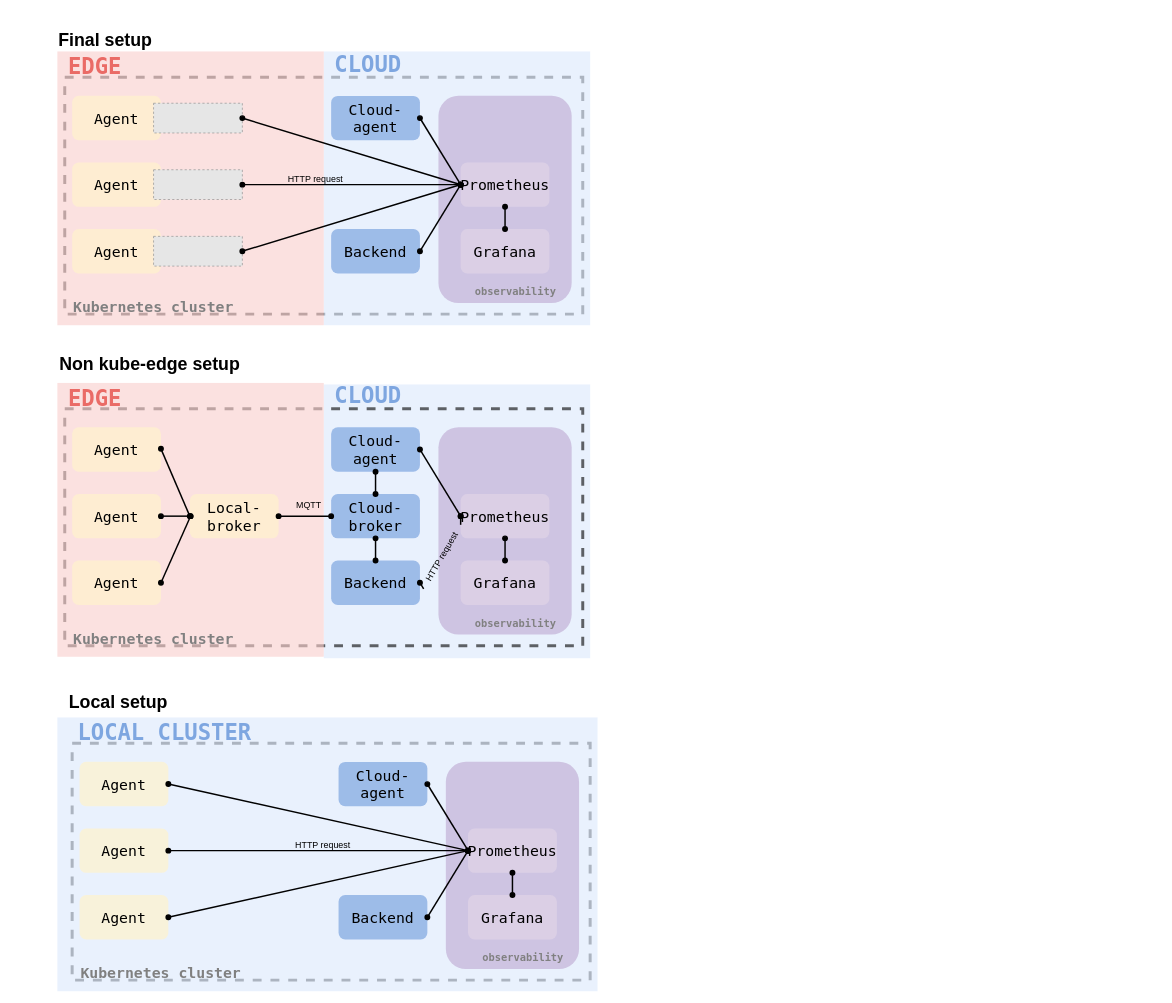
Above: docs/diagrams/observability.drawio in mactat/map-pacer (draw.io), before the change. Source tidied: cells renumbered, new cells numbered last; positions are measured from the earlier drawing's top-left corner, leaving out a move shared by most shapes. Both pictures are drawn from the tidied source at 74%, with x=0, y=0 at pixel (13, 29). Pictures stored in the file or linked from it are replaced by grey dashed boxes.
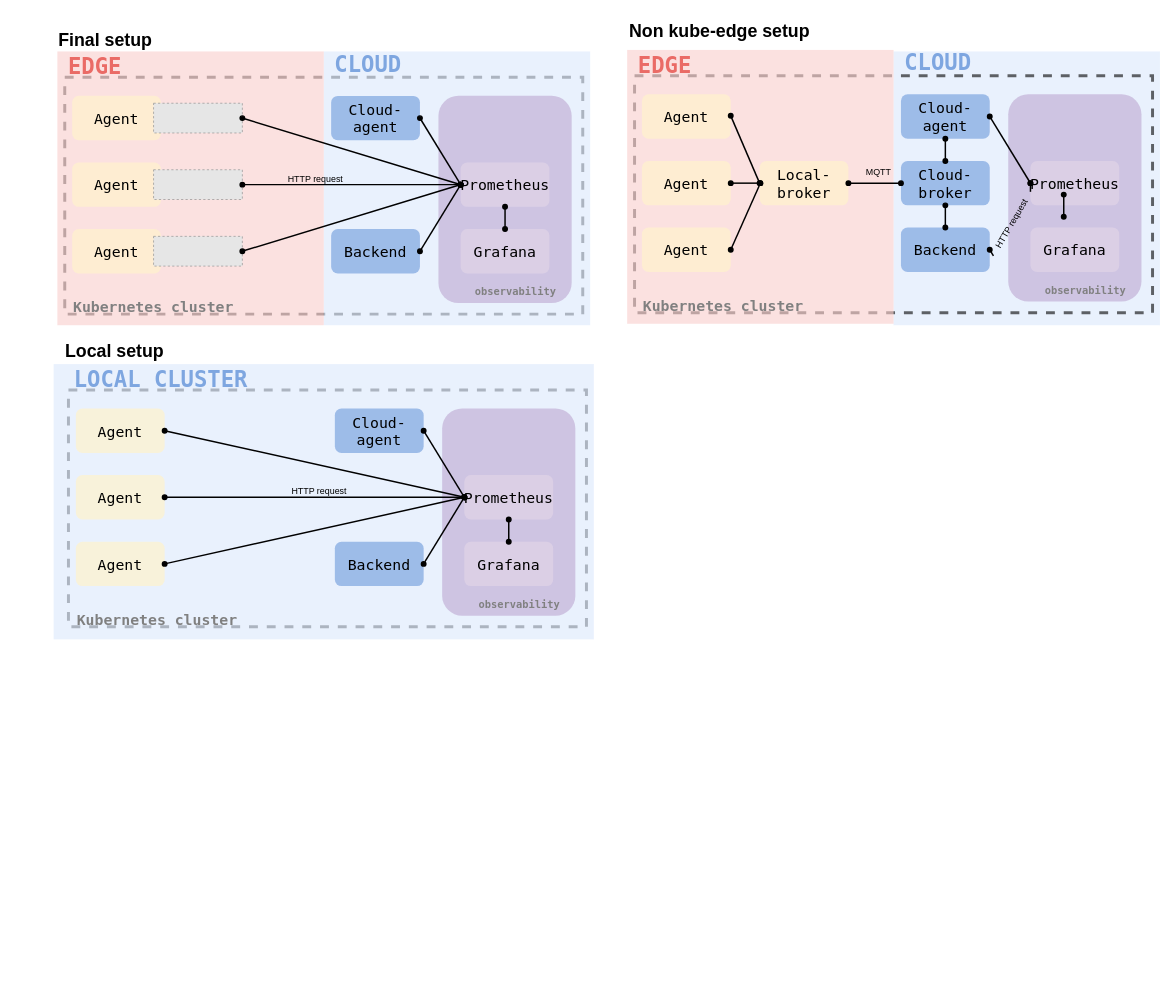
After the change.

Diff of the diagram source:
```diff
@@
     <mxCell id="2" style="rounded=0;whiteSpace=wrap;html=1;fontFamily=Lucida Console;fontSize=20;fillColor=#dae8fc;strokeColor=none;opacity=60;" parent="1" vertex="1">
-      <mxGeometry x="420" y="480" width="360" height="370" as="geometry" />
+      <mxGeometry x="1190" y="30" width="360" height="370" as="geometry" />
     </mxCell>
@@
     <mxCell id="8" value="&lt;font style=&quot;font-size: 24px;&quot;&gt;&lt;b&gt;Non kube-edge setup&lt;/b&gt;&lt;/font&gt;" style="text;html=1;strokeColor=none;fillColor=none;align=center;verticalAlign=middle;whiteSpace=wrap;rounded=0;" parent="1" vertex="1">
-      <mxGeometry x="60" y="428" width="250" height="50" as="geometry" />
+      <mxGeometry x="830" y="-22" width="250" height="50" as="geometry" />
     </mxCell>
     <mxCell id="9" value="&lt;font style=&quot;font-size: 24px;&quot;&gt;&lt;b&gt;Local setup&lt;/b&gt;&lt;/font&gt;" style="text;html=1;strokeColor=none;fillColor=none;align=center;verticalAlign=middle;whiteSpace=wrap;rounded=0;" parent="1" vertex="1">
-      <mxGeometry x="60" y="885" width="165" height="50" as="geometry" />
+      <mxGeometry x="55" y="410" width="165" height="50" as="geometry" />
     </mxCell>
@@
     <mxCell id="31" style="rounded=0;whiteSpace=wrap;html=1;fontFamily=Lucida Console;fontSize=30;fontColor=#7EA6E0;opacity=60;fillColor=none;strokeWidth=4;dashed=1;" parent="1" vertex="1">
-      <mxGeometry x="70" y="513" width="700" height="320" as="geometry" />
+      <mxGeometry x="840" y="63" width="700" height="320" as="geometry" />
     </mxCell>
     <mxCell id="32" style="rounded=1;whiteSpace=wrap;html=1;fontSize=14;fillColor=#A680B8;strokeColor=none;opacity=40;" parent="1" vertex="1">
-      <mxGeometry x="575" y="538" width="180" height="280" as="geometry" />
+      <mxGeometry x="1345" y="88" width="180" height="280" as="geometry" />
     </mxCell>
     <mxCell id="33" style="rounded=0;whiteSpace=wrap;html=1;fontFamily=Lucida Console;fontSize=20;fillColor=#f8cecc;strokeColor=none;opacity=60;" parent="1" vertex="1">
-      <mxGeometry x="60" y="478" width="360" height="370" as="geometry" />
+      <mxGeometry x="830" y="28" width="360" height="370" as="geometry" />
     </mxCell>
     <mxCell id="34" value="&lt;span style=&quot;font-size: 20px;&quot;&gt;&lt;font face=&quot;Lucida Console&quot;&gt;Agent&lt;/font&gt;&lt;/span&gt;" style="rounded=1;whiteSpace=wrap;html=1;fillColor=#fff2cc;strokeColor=none;opacity=70;" parent="1" vertex="1">
-      <mxGeometry x="80" y="538" width="120" height="60" as="geometry" />
+      <mxGeometry x="850" y="88" width="120" height="60" as="geometry" />
     </mxCell>
     <mxCell id="35" value="&lt;span style=&quot;font-size: 20px;&quot;&gt;&lt;font face=&quot;Lucida Console&quot;&gt;Agent&lt;/font&gt;&lt;/span&gt;" style="rounded=1;whiteSpace=wrap;html=1;fillColor=#fff2cc;strokeColor=none;opacity=70;" parent="1" vertex="1">
-      <mxGeometry x="80" y="628" width="120" height="60" as="geometry" />
+      <mxGeometry x="850" y="178" width="120" height="60" as="geometry" />
     </mxCell>
     <mxCell id="36" value="&lt;span style=&quot;font-size: 20px;&quot;&gt;&lt;font face=&quot;Lucida Console&quot;&gt;Agent&lt;/font&gt;&lt;/span&gt;" style="rounded=1;whiteSpace=wrap;html=1;fillColor=#fff2cc;strokeColor=none;opacity=70;" parent="1" vertex="1">
-      <mxGeometry x="80" y="718" width="120" height="60" as="geometry" />
+      <mxGeometry x="850" y="268" width="120" height="60" as="geometry" />
     </mxCell>
     <mxCell id="37" value="&lt;font face=&quot;Lucida Console&quot;&gt;&lt;span style=&quot;font-size: 20px;&quot;&gt;Backend&lt;/span&gt;&lt;/font&gt;" style="rounded=1;whiteSpace=wrap;html=1;fillColor=#7EA6E0;strokeColor=none;opacity=70;" parent="1" vertex="1">
-      <mxGeometry x="430" y="718" width="120" height="60" as="geometry" />
+      <mxGeometry x="1200" y="268" width="120" height="60" as="geometry" />
     </mxCell>
     <mxCell id="38" value="&lt;font color=&quot;#ea6b66&quot; style=&quot;font-size: 30px;&quot;&gt;&lt;b&gt;EDGE&lt;/b&gt;&lt;/font&gt;" style="text;html=1;strokeColor=none;fillColor=none;align=center;verticalAlign=middle;whiteSpace=wrap;rounded=0;fontFamily=Lucida Console;fontSize=20;opacity=60;" parent="1" vertex="1">
-      <mxGeometry x="81" y="483" width="60" height="30" as="geometry" />
+      <mxGeometry x="851" y="33" width="60" height="30" as="geometry" />
     </mxCell>
     <mxCell id="39" value="&lt;font color=&quot;#7ea6e0&quot; style=&quot;font-size: 30px;&quot;&gt;&lt;b style=&quot;&quot;&gt;CLOUD&lt;/b&gt;&lt;/font&gt;" style="text;html=1;strokeColor=none;fillColor=none;align=center;verticalAlign=middle;whiteSpace=wrap;rounded=0;fontFamily=Lucida Console;fontSize=20;opacity=60;" parent="1" vertex="1">
-      <mxGeometry x="450" y="480" width="60" height="30" as="geometry" />
+      <mxGeometry x="1220" y="30" width="60" height="30" as="geometry" />
     </mxCell>
     <mxCell id="40" value="&lt;font color=&quot;#808080&quot; size=&quot;1&quot;&gt;&lt;b style=&quot;font-size: 20px;&quot;&gt;Kubernetes cluster&lt;/b&gt;&lt;/font&gt;" style="text;html=1;strokeColor=none;fillColor=none;align=center;verticalAlign=middle;whiteSpace=wrap;rounded=0;fontFamily=Lucida Console;fontSize=20;opacity=60;" parent="1" vertex="1">
-      <mxGeometry x="60" y="808" width="260" height="30" as="geometry" />
+      <mxGeometry x="830" y="358" width="260" height="30" as="geometry" />
     </mxCell>
     <mxCell id="41" value="&lt;font color=&quot;#808080&quot; style=&quot;font-size: 14px;&quot;&gt;&lt;b style=&quot;font-size: 14px;&quot;&gt;observability&lt;/b&gt;&lt;/font&gt;" style="text;html=1;strokeColor=none;fillColor=none;align=center;verticalAlign=middle;whiteSpace=wrap;rounded=0;fontFamily=Lucida Console;fontSize=14;opacity=60;" parent="1" vertex="1">
-      <mxGeometry x="616" y="788" width="127" height="30" as="geometry" />
+      <mxGeometry x="1386" y="338" width="127" height="30" as="geometry" />
     </mxCell>
     <mxCell id="42" value="&lt;font face=&quot;Lucida Console&quot;&gt;&lt;span style=&quot;font-size: 20px;&quot;&gt;Prometheus&lt;/span&gt;&lt;/font&gt;" style="rounded=1;whiteSpace=wrap;html=1;fillColor=#e1d5e7;strokeColor=none;opacity=70;" parent="1" vertex="1">
-      <mxGeometry x="605" y="628" width="120" height="60" as="geometry" />
+      <mxGeometry x="1375" y="178" width="120" height="60" as="geometry" />
     </mxCell>
     <mxCell id="43" value="&lt;font face=&quot;Lucida Console&quot;&gt;&lt;span style=&quot;font-size: 20px;&quot;&gt;Grafana&lt;/span&gt;&lt;/font&gt;" style="rounded=1;whiteSpace=wrap;html=1;fillColor=#e1d5e7;strokeColor=none;opacity=70;" parent="1" vertex="1">
-      <mxGeometry x="605" y="718" width="120" height="60" as="geometry" />
+      <mxGeometry x="1375" y="268" width="120" height="60" as="geometry" />
     </mxCell>
-    <mxCell id="44" style="endArrow=oval;html=1;rounded=0;fontFamily=Lucida Console;fontSize=20;entryX=0.5;entryY=0;entryDx=0;entryDy=0;startArrow=oval;startFill=1;strokeWidth=2;endFill=1;" parent="1" edge="1" source="42" target="43">
-      <mxGeometry relative="1" as="geometry" />
+    <mxCell id="44" style="endArrow=oval;html=1;rounded=0;fontFamily=Lucida Console;fontSize=20;entryX=0.5;entryY=0;entryDx=0;entryDy=0;startArrow=oval;startFill=1;strokeWidth=2;endFill=1;" parent="1" edge="1">
+      <mxGeometry relative="1" as="geometry">
+        <mxPoint x="1420" y="223.5" as="sourcePoint" />
+        <mxPoint x="1420" y="253.5" as="targetPoint" />
+      </mxGeometry>
     </mxCell>
     <mxCell id="45" value="&lt;span style=&quot;font-size: 20px;&quot;&gt;&lt;font face=&quot;Lucida Console&quot;&gt;Cloud-agent&lt;/font&gt;&lt;/span&gt;" style="rounded=1;whiteSpace=wrap;html=1;fillColor=#7EA6E0;strokeColor=none;opacity=70;" parent="1" vertex="1">
-      <mxGeometry x="430" y="538" width="120" height="60" as="geometry" />
+      <mxGeometry x="1200" y="88" width="120" height="60" as="geometry" />
     </mxCell>
@@
     <mxCell id="48" value="&lt;font face=&quot;Lucida Console&quot;&gt;&lt;span style=&quot;font-size: 20px;&quot;&gt;Local-broker&lt;/span&gt;&lt;/font&gt;" style="rounded=1;whiteSpace=wrap;html=1;fillColor=#fff2cc;strokeColor=none;opacity=70;" parent="1" vertex="1">
-      <mxGeometry x="239" y="628" width="120" height="60" as="geometry" />
+      <mxGeometry x="1009" y="178" width="120" height="60" as="geometry" />
     </mxCell>
     <mxCell id="49" value="&lt;span style=&quot;font-size: 20px;&quot;&gt;&lt;font face=&quot;Lucida Console&quot;&gt;Cloud-broker&lt;/font&gt;&lt;/span&gt;" style="rounded=1;whiteSpace=wrap;html=1;fillColor=#7EA6E0;strokeColor=none;opacity=70;" parent="1" vertex="1">
-      <mxGeometry x="430" y="628" width="120" height="60" as="geometry" />
+      <mxGeometry x="1200" y="178" width="120" height="60" as="geometry" />
     </mxCell>
     <mxCell id="50" style="endArrow=oval;html=1;rounded=0;fontFamily=Lucida Console;fontSize=20;entryX=1;entryY=0.5;entryDx=0;entryDy=0;startArrow=oval;startFill=1;strokeWidth=2;endFill=1;" parent="1" edge="1" target="48">
       <mxGeometry relative="1" as="geometry">
-        <mxPoint x="430" y="658" as="sourcePoint" />
+        <mxPoint x="1200" y="208" as="sourcePoint" />
       </mxGeometry>
     </mxCell>
     <mxCell id="51" style="endArrow=oval;html=1;rounded=0;fontFamily=Lucida Console;fontSize=20;startArrow=oval;startFill=1;strokeWidth=2;endFill=1;exitX=0;exitY=0.5;exitDx=0;exitDy=0;" parent="1" edge="1" source="48">
       <mxGeometry relative="1" as="geometry">
-        <mxPoint x="200" y="567" as="targetPoint" />
+        <mxPoint x="970" y="117" as="targetPoint" />
       </mxGeometry>
     </mxCell>
     <mxCell id="52" style="endArrow=oval;html=1;rounded=0;fontFamily=Lucida Console;fontSize=20;startArrow=oval;startFill=1;strokeWidth=2;endFill=1;entryX=1;entryY=0.5;entryDx=0;entryDy=0;" parent="1" edge="1" target="35">
       <mxGeometry relative="1" as="geometry">
-        <mxPoint x="240" y="658" as="sourcePoint" />
+        <mxPoint x="1010" y="208" as="sourcePoint" />
       </mxGeometry>
     </mxCell>
     <mxCell id="53" style="endArrow=oval;html=1;rounded=0;fontFamily=Lucida Console;fontSize=20;startArrow=oval;startFill=1;strokeWidth=2;endFill=1;entryX=1;entryY=0.5;entryDx=0;entryDy=0;" parent="1" edge="1" target="36">
       <mxGeometry relative="1" as="geometry">
-        <mxPoint x="240" y="658" as="sourcePoint" />
+        <mxPoint x="1010" y="208" as="sourcePoint" />
       </mxGeometry>
     </mxCell>
     <mxCell id="54" style="endArrow=oval;html=1;rounded=0;fontFamily=Lucida Console;fontSize=20;startArrow=oval;startFill=1;strokeWidth=2;endFill=1;entryX=1;entryY=0.5;entryDx=0;entryDy=0;exitX=0.5;exitY=1;exitDx=0;exitDy=0;" parent="1" edge="1" source="45">
       <mxGeometry relative="1" as="geometry">
-        <mxPoint x="490" y="628" as="targetPoint" />
+        <mxPoint x="1260" y="178" as="targetPoint" />
       </mxGeometry>
     </mxCell>
     <mxCell id="55" style="endArrow=oval;html=1;rounded=0;fontFamily=Lucida Console;fontSize=20;startArrow=oval;startFill=1;strokeWidth=2;endFill=1;entryX=1;entryY=0.5;entryDx=0;entryDy=0;exitX=0.5;exitY=1;exitDx=0;exitDy=0;" parent="1" edge="1">
       <mxGeometry relative="1" as="geometry">
-        <mxPoint x="490" y="688" as="sourcePoint" />
-        <mxPoint x="490" y="718" as="targetPoint" />
+        <mxPoint x="1260" y="238" as="sourcePoint" />
+        <mxPoint x="1260" y="268" as="targetPoint" />
       </mxGeometry>
     </mxCell>
     <mxCell id="56" value="HTTP request" style="text;html=1;strokeColor=none;fillColor=none;align=center;verticalAlign=middle;whiteSpace=wrap;rounded=0;fontSize=12;opacity=40;rotation=-60;" parent="1" vertex="1">
-      <mxGeometry x="530" y="698" width="100" height="30" as="geometry" />
+      <mxGeometry x="1300" y="248" width="100" height="30" as="geometry" />
     </mxCell>
@@
     <mxCell id="58" value="MQTT" style="text;html=1;strokeColor=none;fillColor=none;align=center;verticalAlign=middle;whiteSpace=wrap;rounded=0;fontSize=12;opacity=40;rotation=0;" parent="1" vertex="1">
-      <mxGeometry x="350" y="628" width="100" height="30" as="geometry" />
+      <mxGeometry x="1120" y="178" width="100" height="30" as="geometry" />
     </mxCell>
     <mxCell id="59" style="rounded=0;whiteSpace=wrap;html=1;fontFamily=Lucida Console;fontSize=30;fontColor=#7EA6E0;opacity=60;fillColor=none;strokeWidth=4;dashed=1;" parent="1" vertex="1">
-      <mxGeometry x="80" y="965" width="700" height="320" as="geometry" />
+      <mxGeometry x="75" y="487.5" width="700" height="320" as="geometry" />
     </mxCell>
     <mxCell id="60" style="rounded=0;whiteSpace=wrap;html=1;fontFamily=Lucida Console;fontSize=20;fillColor=#dae8fc;strokeColor=none;opacity=60;" parent="1" vertex="1">
-      <mxGeometry x="60" y="930" width="730" height="370" as="geometry" />
+      <mxGeometry x="55" y="452.5" width="730" height="372" as="geometry" />
     </mxCell>
     <mxCell id="61" style="rounded=1;whiteSpace=wrap;html=1;fontSize=14;fillColor=#A680B8;strokeColor=none;opacity=40;" parent="1" vertex="1">
-      <mxGeometry x="585" y="990" width="180" height="280" as="geometry" />
+      <mxGeometry x="580" y="512.5" width="180" height="280" as="geometry" />
     </mxCell>
     <mxCell id="62" value="&lt;span style=&quot;font-size: 20px;&quot;&gt;&lt;font face=&quot;Lucida Console&quot;&gt;Agent&lt;/font&gt;&lt;/span&gt;" style="rounded=1;whiteSpace=wrap;html=1;fillColor=#fff2cc;strokeColor=none;opacity=70;" parent="1" vertex="1">
-      <mxGeometry x="90" y="990" width="120" height="60" as="geometry" />
+      <mxGeometry x="85" y="512.5" width="120" height="60" as="geometry" />
     </mxCell>
     <mxCell id="63" value="&lt;span style=&quot;font-size: 20px;&quot;&gt;&lt;font face=&quot;Lucida Console&quot;&gt;Agent&lt;/font&gt;&lt;/span&gt;" style="rounded=1;whiteSpace=wrap;html=1;fillColor=#fff2cc;strokeColor=none;opacity=70;" parent="1" vertex="1">
-      <mxGeometry x="90" y="1080" width="120" height="60" as="geometry" />
+      <mxGeometry x="85" y="602.5" width="120" height="60" as="geometry" />
     </mxCell>
     <mxCell id="64" value="&lt;span style=&quot;font-size: 20px;&quot;&gt;&lt;font face=&quot;Lucida Console&quot;&gt;Agent&lt;/font&gt;&lt;/span&gt;" style="rounded=1;whiteSpace=wrap;html=1;fillColor=#fff2cc;strokeColor=none;opacity=70;" parent="1" vertex="1">
-      <mxGeometry x="90" y="1170" width="120" height="60" as="geometry" />
+      <mxGeometry x="85" y="692.5" width="120" height="60" as="geometry" />
     </mxCell>
     <mxCell id="65" value="&lt;font face=&quot;Lucida Console&quot;&gt;&lt;span style=&quot;font-size: 20px;&quot;&gt;Backend&lt;/span&gt;&lt;/font&gt;" style="rounded=1;whiteSpace=wrap;html=1;fillColor=#7EA6E0;strokeColor=none;opacity=70;" parent="1" vertex="1">
-      <mxGeometry x="440" y="1170" width="120" height="60" as="geometry" />
+      <mxGeometry x="435" y="692.5" width="120" height="60" as="geometry" />
     </mxCell>
     <mxCell id="66" value="&lt;font color=&quot;#7ea6e0&quot; style=&quot;font-size: 30px;&quot;&gt;&lt;b style=&quot;&quot;&gt;LOCAL CLUSTER&lt;/b&gt;&lt;/font&gt;" style="text;html=1;strokeColor=none;fillColor=none;align=center;verticalAlign=middle;whiteSpace=wrap;rounded=0;fontFamily=Lucida Console;fontSize=20;opacity=60;" parent="1" vertex="1">
-      <mxGeometry x="70" y="935" width="270" height="30" as="geometry" />
+      <mxGeometry x="65" y="457.5" width="270" height="30" as="geometry" />
     </mxCell>
     <mxCell id="67" value="&lt;font color=&quot;#808080&quot; size=&quot;1&quot;&gt;&lt;b style=&quot;font-size: 20px;&quot;&gt;Kubernetes cluster&lt;/b&gt;&lt;/font&gt;" style="text;html=1;strokeColor=none;fillColor=none;align=center;verticalAlign=middle;whiteSpace=wrap;rounded=0;fontFamily=Lucida Console;fontSize=20;opacity=60;" parent="1" vertex="1">
-      <mxGeometry x="70" y="1260" width="260" height="30" as="geometry" />
+      <mxGeometry x="65" y="782.5" width="260" height="30" as="geometry" />
     </mxCell>
     <mxCell id="68" value="&lt;font color=&quot;#808080&quot; style=&quot;font-size: 14px;&quot;&gt;&lt;b style=&quot;font-size: 14px;&quot;&gt;observability&lt;/b&gt;&lt;/font&gt;" style="text;html=1;strokeColor=none;fillColor=none;align=center;verticalAlign=middle;whiteSpace=wrap;rounded=0;fontFamily=Lucida Console;fontSize=14;opacity=60;" parent="1" vertex="1">
-      <mxGeometry x="626" y="1240" width="127" height="30" as="geometry" />
+      <mxGeometry x="621" y="762.5" width="127" height="30" as="geometry" />
     </mxCell>
     <mxCell id="69" value="&lt;font face=&quot;Lucida Console&quot;&gt;&lt;span style=&quot;font-size: 20px;&quot;&gt;Prometheus&lt;/span&gt;&lt;/font&gt;" style="rounded=1;whiteSpace=wrap;html=1;fillColor=#e1d5e7;strokeColor=none;opacity=70;" parent="1" vertex="1">
-      <mxGeometry x="615" y="1080" width="120" height="60" as="geometry" />
+      <mxGeometry x="610" y="602.5" width="120" height="60" as="geometry" />
     </mxCell>
     <mxCell id="70" value="&lt;font face=&quot;Lucida Console&quot;&gt;&lt;span style=&quot;font-size: 20px;&quot;&gt;Grafana&lt;/span&gt;&lt;/font&gt;" style="rounded=1;whiteSpace=wrap;html=1;fillColor=#e1d5e7;strokeColor=none;opacity=70;" parent="1" vertex="1">
-      <mxGeometry x="615" y="1170" width="120" height="60" as="geometry" />
+      <mxGeometry x="610" y="692.5" width="120" height="60" as="geometry" />
     </mxCell>
@@
     <mxCell id="72" value="&lt;span style=&quot;font-size: 20px;&quot;&gt;&lt;font face=&quot;Lucida Console&quot;&gt;Cloud-agent&lt;/font&gt;&lt;/span&gt;" style="rounded=1;whiteSpace=wrap;html=1;fillColor=#7EA6E0;strokeColor=none;opacity=70;" parent="1" vertex="1">
-      <mxGeometry x="440" y="990.1" width="120" height="60" as="geometry" />
+      <mxGeometry x="435" y="512.6" width="120" height="60" as="geometry" />
     </mxCell>
@@
     <mxCell id="78" value="HTTP request" style="text;html=1;strokeColor=none;fillColor=none;align=center;verticalAlign=middle;whiteSpace=wrap;rounded=0;fontSize=12;opacity=40;" parent="1" vertex="1">
-      <mxGeometry x="369" y="1087.9" width="100" height="30" as="geometry" />
+      <mxGeometry x="364" y="610.4" width="100" height="30" as="geometry" />
     </mxCell>
```
